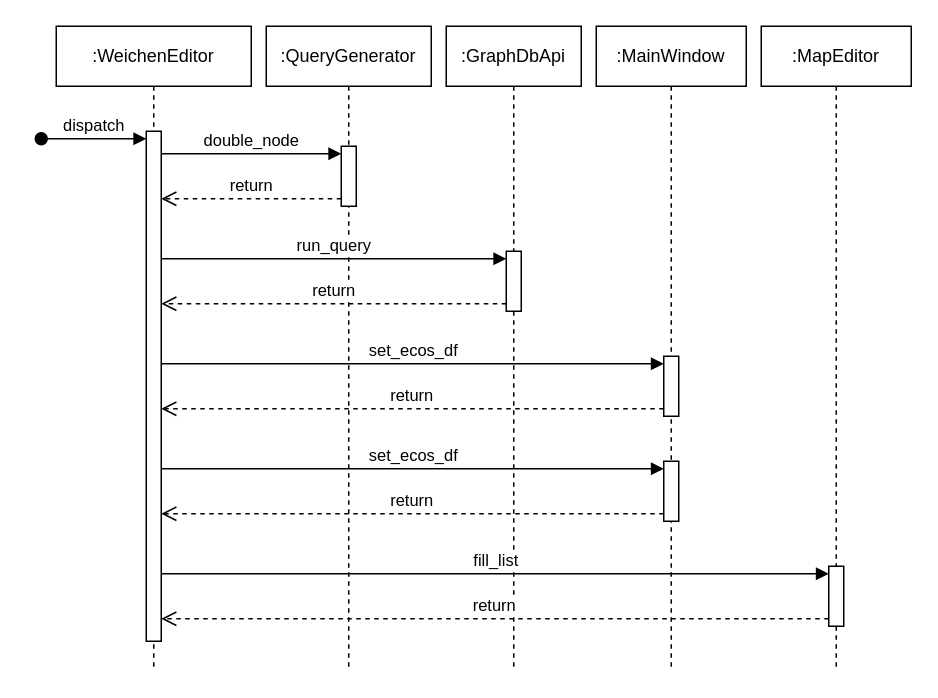
Before: procedural/add_trainswitch.drawio in pascalreiss/draw_io_stuff, a draw.io diagram. Source tidied: cells renumbered, new cells numbered last; positions are measured from the earlier drawing's top-left corner, leaving out a move shared by most shapes. Both pictures are drawn from the tidied source at 150%, with x=0, y=0 at pixel (40, 26).
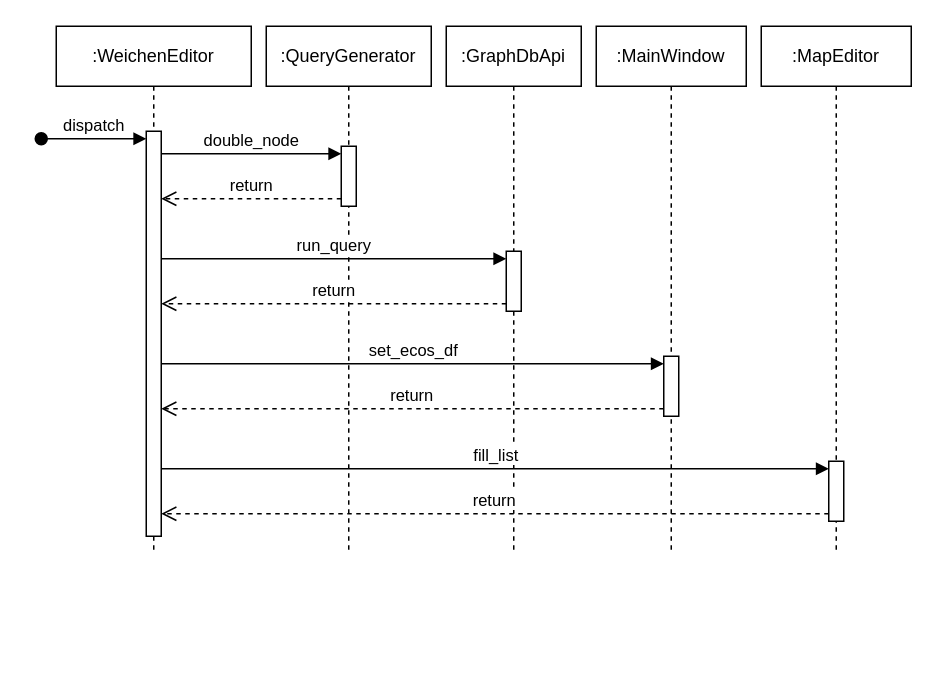
Above is the later version.

Commit message:
removed duplicate element

Diff of the diagram source:
```diff
@@
     <mxCell id="2" value=":WeichenEditor" style="shape=umlLifeline;perimeter=lifelinePerimeter;whiteSpace=wrap;html=1;newEdgeStyle={&quot;curved&quot;:0,&quot;rounded&quot;:0};" parent="1" vertex="1">
-      <mxGeometry x="10" width="130" height="430" as="geometry" />
+      <mxGeometry x="10" width="130" height="350" as="geometry" />
     </mxCell>
     <mxCell id="3" style="html=1;points=[[0,0,0,0,5],[0,1,0,0,-5],[1,0,0,0,5],[1,1,0,0,-5]];perimeter=orthogonalPerimeter;outlineConnect=0;targetShapes=umlLifeline;portConstraint=eastwest;newEdgeStyle={&quot;curved&quot;:0,&quot;rounded&quot;:0};" parent="2" vertex="1">
-      <mxGeometry x="60" y="70" width="10" height="340" as="geometry" />
+      <mxGeometry x="60" y="70" width="10" height="270" as="geometry" />
     </mxCell>
@@
     <mxCell id="5" value=":QueryGenerator" style="shape=umlLifeline;perimeter=lifelinePerimeter;whiteSpace=wrap;html=1;newEdgeStyle={&quot;curved&quot;:0,&quot;rounded&quot;:0};" parent="1" vertex="1">
-      <mxGeometry x="150" width="110" height="430" as="geometry" />
+      <mxGeometry x="150" width="110" height="350" as="geometry" />
     </mxCell>
@@
     <mxCell id="9" value=":GraphDbApi" style="shape=umlLifeline;perimeter=lifelinePerimeter;whiteSpace=wrap;html=1;newEdgeStyle={&quot;curved&quot;:0,&quot;rounded&quot;:0};" parent="1" vertex="1">
-      <mxGeometry x="270" width="90" height="430" as="geometry" />
+      <mxGeometry x="270" width="90" height="350" as="geometry" />
     </mxCell>
@@
     <mxCell id="13" value=":MainWindow" style="shape=umlLifeline;perimeter=lifelinePerimeter;whiteSpace=wrap;html=1;newEdgeStyle={&quot;curved&quot;:0,&quot;rounded&quot;:0};" parent="1" vertex="1">
-      <mxGeometry x="370" width="100" height="430" as="geometry" />
+      <mxGeometry x="370" width="100" height="350" as="geometry" />
     </mxCell>
@@
-    <mxCell id="15" style="html=1;points=[[0,0,0,0,5],[0,1,0,0,-5],[1,0,0,0,5],[1,1,0,0,-5]];perimeter=orthogonalPerimeter;outlineConnect=0;targetShapes=umlLifeline;portConstraint=eastwest;newEdgeStyle={&quot;curved&quot;:0,&quot;rounded&quot;:0};" parent="13" vertex="1">
-      <mxGeometry x="45" y="290" width="10" height="40" as="geometry" />
-    </mxCell>
@@
-    <mxCell id="18" value="set_ecos_df" style="html=1;verticalAlign=bottom;endArrow=block;curved=0;rounded=0;entryX=0;entryY=0;entryDx=0;entryDy=5;" parent="1" edge="1" source="3" target="15">
-      <mxGeometry relative="1" as="geometry" />
-    </mxCell>
-    <mxCell id="19" value="return" style="html=1;verticalAlign=bottom;endArrow=open;dashed=1;endSize=8;curved=0;rounded=0;exitX=0;exitY=1;exitDx=0;exitDy=-5;" parent="1" edge="1" source="15" target="3">
-      <mxGeometry relative="1" as="geometry" />
-    </mxCell>
     <mxCell id="20" value=":MapEditor" style="shape=umlLifeline;perimeter=lifelinePerimeter;whiteSpace=wrap;html=1;newEdgeStyle={&quot;curved&quot;:0,&quot;rounded&quot;:0};" parent="1" vertex="1">
-      <mxGeometry x="480" width="100" height="430" as="geometry" />
+      <mxGeometry x="480" width="100" height="350" as="geometry" />
     </mxCell>
     <mxCell id="21" style="html=1;points=[[0,0,0,0,5],[0,1,0,0,-5],[1,0,0,0,5],[1,1,0,0,-5]];perimeter=orthogonalPerimeter;outlineConnect=0;targetShapes=umlLifeline;portConstraint=eastwest;newEdgeStyle={&quot;curved&quot;:0,&quot;rounded&quot;:0};" parent="20" vertex="1">
-      <mxGeometry x="45" y="360" width="10" height="40" as="geometry" />
+      <mxGeometry x="45" y="290" width="10" height="40" as="geometry" />
     </mxCell>
```
